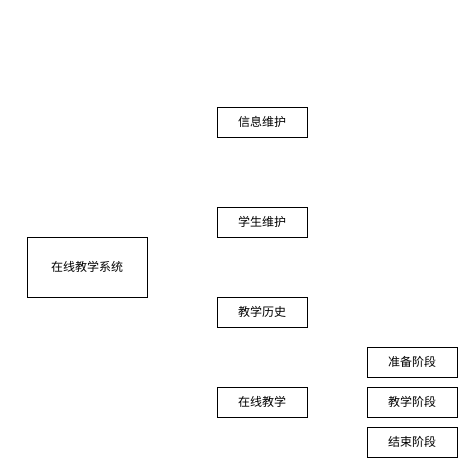
Earlier version of the draw.io diagram Untitled Diagram123.drawio (Ekko306/diagrams.net). Source tidied: cells renumbered, new cells numbered last; positions are measured from the earlier drawing's top-left corner, leaving out a move shared by most shapes. Both pictures are drawn from the tidied source at 100%, with x=0, y=0 at pixel (27, 107).
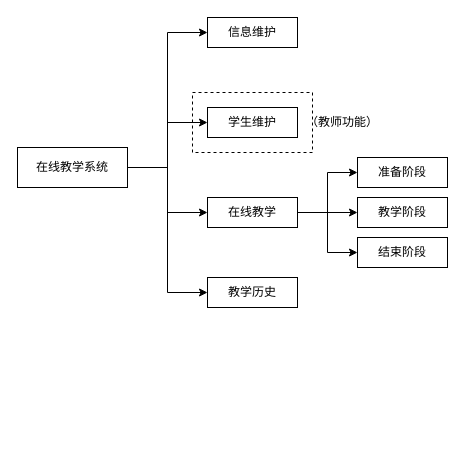
The same diagram, later.

The edit, as a diff of the source:
```diff
@@
 <mxGraphModel>
   <root>
     <mxCell id="0" />
     <mxCell id="1" parent="0" />
+    <mxCell id="10" style="rounded=0;whiteSpace=wrap;html=1;dashed=1;" parent="1" vertex="1">
+      <mxGeometry x="165" y="-15" width="120" height="60" as="geometry" />
+    </mxCell>
+    <mxCell id="11" style="edgeStyle=orthogonalEdgeStyle;rounded=0;jettySize=auto;html=1;exitX=1;exitY=0.5;exitDx=0;exitDy=0;entryX=0;entryY=0.5;entryDx=0;entryDy=0;" parent="1" edge="1" source="2" target="3">
+      <mxGeometry relative="1" as="geometry" />
+    </mxCell>
+    <mxCell id="12" style="edgeStyle=orthogonalEdgeStyle;rounded=0;jettySize=auto;html=1;exitX=1;exitY=0.5;exitDx=0;exitDy=0;entryX=0;entryY=0.5;entryDx=0;entryDy=0;" parent="1" edge="1" source="2" target="4">
+      <mxGeometry relative="1" as="geometry" />
+    </mxCell>
+    <mxCell id="13" style="edgeStyle=orthogonalEdgeStyle;rounded=0;jettySize=auto;html=1;entryX=0;entryY=0.5;entryDx=0;entryDy=0;" parent="1" edge="1" source="2" target="6">
+      <mxGeometry relative="1" as="geometry" />
+    </mxCell>
+    <mxCell id="14" style="edgeStyle=orthogonalEdgeStyle;rounded=0;jettySize=auto;html=1;entryX=0;entryY=0.5;entryDx=0;entryDy=0;" parent="1" edge="1" source="2" target="5">
+      <mxGeometry relative="1" as="geometry" />
+    </mxCell>
     <mxCell id="2" value="在线教学系统" style="rounded=0;whiteSpace=wrap;html=1;" parent="1" vertex="1">
-      <mxGeometry y="130" width="120" height="60" as="geometry" />
+      <mxGeometry x="-10" y="40" width="110" height="40" as="geometry" />
     </mxCell>
     <mxCell id="3" value="信息维护" style="rounded=0;whiteSpace=wrap;html=1;" parent="1" vertex="1">
-      <mxGeometry x="190" width="90" height="30" as="geometry" />
+      <mxGeometry x="180" y="-90" width="90" height="30" as="geometry" />
     </mxCell>
     <mxCell id="4" value="学生维护" style="rounded=0;whiteSpace=wrap;html=1;" parent="1" vertex="1">
-      <mxGeometry x="190" y="100" width="90" height="30" as="geometry" />
+      <mxGeometry x="180" width="90" height="30" as="geometry" />
     </mxCell>
     <mxCell id="5" value="教学历史" style="rounded=0;whiteSpace=wrap;html=1;" parent="1" vertex="1">
-      <mxGeometry x="190" y="190" width="90" height="30" as="geometry" />
+      <mxGeometry x="180" y="170" width="90" height="30" as="geometry" />
     </mxCell>
+    <mxCell id="15" value="（教师功能）" style="text;html=1;strokeColor=none;fillColor=none;align=center;verticalAlign=middle;whiteSpace=wrap;rounded=0;dashed=1;" parent="1" vertex="1">
+      <mxGeometry x="270" width="90" height="30" as="geometry" />
+    </mxCell>
+    <mxCell id="16" style="edgeStyle=orthogonalEdgeStyle;rounded=0;jettySize=auto;html=1;entryX=0;entryY=0.5;entryDx=0;entryDy=0;" parent="1" edge="1" source="6" target="7">
+      <mxGeometry relative="1" as="geometry" />
+    </mxCell>
+    <mxCell id="17" style="edgeStyle=orthogonalEdgeStyle;rounded=0;jettySize=auto;html=1;exitX=1;exitY=0.5;exitDx=0;exitDy=0;entryX=0;entryY=0.5;entryDx=0;entryDy=0;" parent="1" edge="1" source="6" target="8">
+      <mxGeometry relative="1" as="geometry" />
+    </mxCell>
+    <mxCell id="18" style="edgeStyle=orthogonalEdgeStyle;rounded=0;jettySize=auto;html=1;exitX=1;exitY=0.5;exitDx=0;exitDy=0;entryX=0;entryY=0.5;entryDx=0;entryDy=0;" parent="1" edge="1" source="6" target="9">
+      <mxGeometry relative="1" as="geometry" />
+    </mxCell>
     <mxCell id="6" value="在线教学" style="rounded=0;whiteSpace=wrap;html=1;" parent="1" vertex="1">
-      <mxGeometry x="190" y="280" width="90" height="30" as="geometry" />
+      <mxGeometry x="180" y="90" width="90" height="30" as="geometry" />
     </mxCell>
     <mxCell id="7" value="准备阶段" style="rounded=0;whiteSpace=wrap;html=1;" parent="1" vertex="1">
-      <mxGeometry x="340" y="240" width="90" height="30" as="geometry" />
+      <mxGeometry x="330" y="50" width="90" height="30" as="geometry" />
     </mxCell>
     <mxCell id="8" value="教学阶段" style="rounded=0;whiteSpace=wrap;html=1;" parent="1" vertex="1">
-      <mxGeometry x="340" y="280" width="90" height="30" as="geometry" />
+      <mxGeometry x="330" y="90" width="90" height="30" as="geometry" />
     </mxCell>
     <mxCell id="9" value="结束阶段" style="rounded=0;whiteSpace=wrap;html=1;" parent="1" vertex="1">
-      <mxGeometry x="340" y="320" width="90" height="30" as="geometry" />
+      <mxGeometry x="330" y="130" width="90" height="30" as="geometry" />
     </mxCell>
   </root>
 </mxGraphModel>
```
